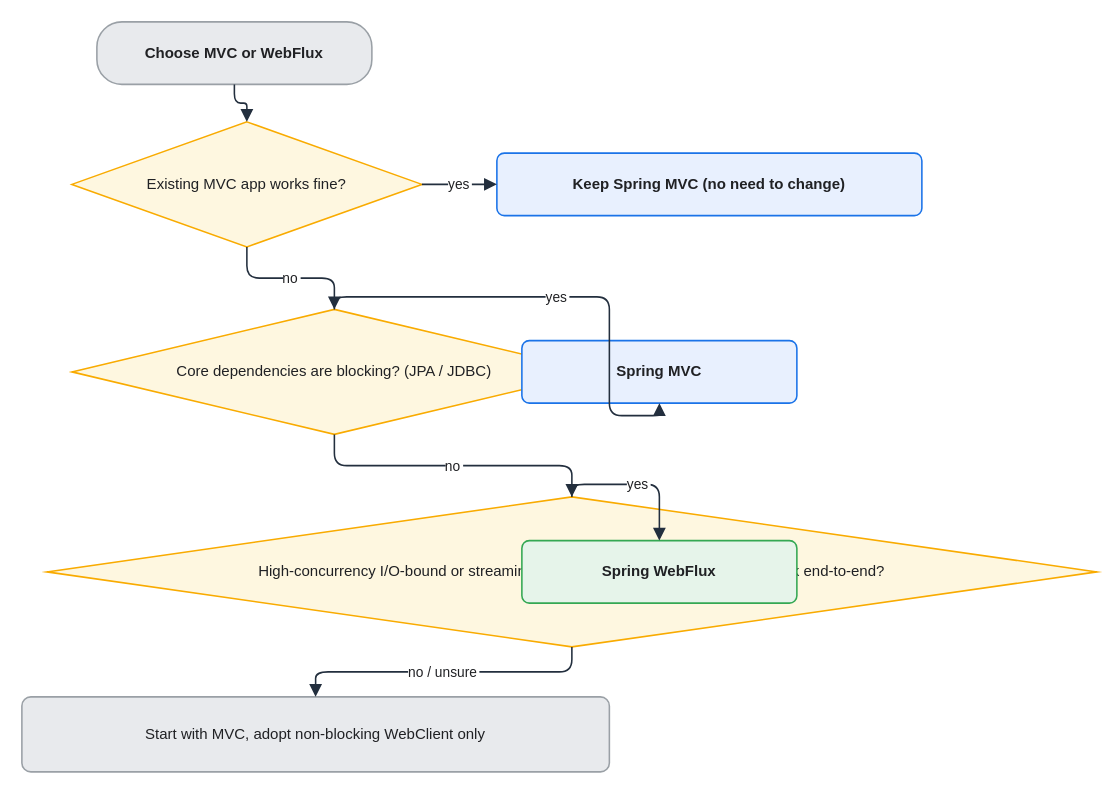
Above: assets/img/spring/spring-14-when-to-use.drawio in KKamJi98/kkamji98.github.io (draw.io), before the change. Source tidied: cells renumbered, new cells numbered last; positions are measured from the earlier drawing's top-left corner, leaving out a move shared by most shapes. Both pictures are drawn from the tidied source at 125%, with x=0, y=0 at pixel (21, 21).
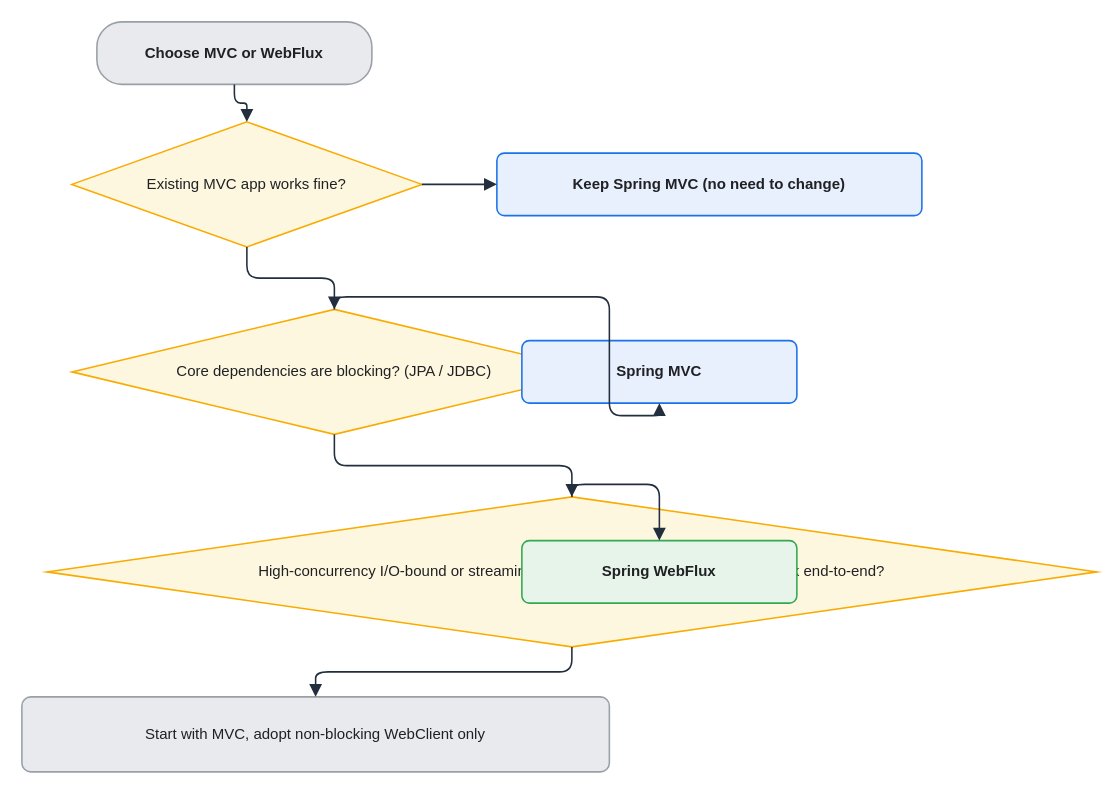
After the change.

Change to the diagram source:
```diff
@@
 <mxGraphModel background="#FFFFFF">
   <root>
     <mxCell id="0" />
     <mxCell id="1" parent="0" />
     <mxCell id="2" value="Choose MVC or WebFlux" style="rounded=1;whiteSpace=wrap;html=0;arcSize=40;shadow=0;fillColor=#E8EAED;strokeColor=#9AA0A6;fontColor=#202124;fontStyle=1;strokeWidth=1.25;" parent="1" vertex="1">
       <mxGeometry x="60" width="220" height="50" as="geometry" />
     </mxCell>
     <mxCell id="3" value="Existing MVC app works fine?" style="rhombus;whiteSpace=wrap;html=0;shadow=0;fillColor=#FEF7E0;strokeColor=#F9AB00;fontColor=#202124;strokeWidth=1.25;" parent="1" vertex="1">
       <mxGeometry x="40" y="80" width="280" height="100" as="geometry" />
     </mxCell>
     <mxCell id="4" value="Keep Spring MVC (no need to change)" style="rounded=1;whiteSpace=wrap;html=0;arcSize=12;shadow=0;fillColor=#E8F0FE;strokeColor=#1A73E8;fontColor=#202124;fontStyle=1;strokeWidth=1.25;" parent="1" vertex="1">
       <mxGeometry x="380" y="105" width="340" height="50" as="geometry" />
     </mxCell>
     <mxCell id="5" value="Core dependencies are blocking? (JPA / JDBC)" style="rhombus;whiteSpace=wrap;html=0;shadow=0;fillColor=#FEF7E0;strokeColor=#F9AB00;fontColor=#202124;strokeWidth=1.25;" parent="1" vertex="1">
       <mxGeometry x="40" y="230" width="420" height="100" as="geometry" />
     </mxCell>
     <mxCell id="6" value="Spring MVC" style="rounded=1;whiteSpace=wrap;html=0;arcSize=12;shadow=0;fillColor=#E8F0FE;strokeColor=#1A73E8;fontColor=#202124;fontStyle=1;strokeWidth=1.25;" parent="1" vertex="1">
       <mxGeometry x="400" y="255" width="220" height="50" as="geometry" />
     </mxCell>
     <mxCell id="7" value="High-concurrency I/O-bound or streaming, and able to adopt a non-blocking stack end-to-end?" style="rhombus;whiteSpace=wrap;html=0;shadow=0;fillColor=#FEF7E0;strokeColor=#F9AB00;fontColor=#202124;strokeWidth=1.25;" parent="1" vertex="1">
       <mxGeometry x="20" y="380" width="840" height="120" as="geometry" />
     </mxCell>
     <mxCell id="8" value="Spring WebFlux" style="rounded=1;whiteSpace=wrap;html=0;arcSize=12;shadow=0;fillColor=#E6F4EA;strokeColor=#34A853;fontColor=#202124;fontStyle=1;strokeWidth=1.25;" parent="1" vertex="1">
       <mxGeometry x="400" y="415" width="220" height="50" as="geometry" />
     </mxCell>
     <mxCell id="9" value="Start with MVC, adopt non-blocking WebClient only" style="rounded=1;whiteSpace=wrap;html=0;arcSize=12;shadow=0;fillColor=#E8EAED;strokeColor=#9AA0A6;fontColor=#202124;strokeWidth=1.25;" parent="1" vertex="1">
       <mxGeometry y="540" width="470" height="60" as="geometry" />
     </mxCell>
     <mxCell id="10" style="edgeStyle=orthogonalEdgeStyle;rounded=1;html=0;endArrow=block;strokeColor=#232F3E;fontColor=#202124;labelBackgroundColor=none;strokeWidth=1.25;endSize=7;" parent="1" edge="1" source="2" target="3">
       <mxGeometry relative="1" as="geometry" />
     </mxCell>
-    <mxCell id="11" value="yes" style="edgeStyle=orthogonalEdgeStyle;rounded=1;html=0;endArrow=block;strokeColor=#232F3E;fontColor=#202124;labelBackgroundColor=#FFFFFF;strokeWidth=1.25;endSize=7;" parent="1" edge="1" source="3" target="4">
+    <mxCell id="11" style="edgeStyle=orthogonalEdgeStyle;rounded=1;html=0;endArrow=block;strokeColor=#232F3E;fontColor=#202124;labelBackgroundColor=none;strokeWidth=1.25;endSize=7;" parent="1" edge="1" source="3" target="4">
       <mxGeometry relative="1" as="geometry" />
     </mxCell>
-    <mxCell id="12" value="no" style="edgeStyle=orthogonalEdgeStyle;rounded=1;html=0;endArrow=block;strokeColor=#232F3E;fontColor=#202124;labelBackgroundColor=#FFFFFF;strokeWidth=1.25;endSize=7;" parent="1" edge="1" source="3" target="5">
+    <mxCell id="12" style="edgeStyle=orthogonalEdgeStyle;rounded=1;html=0;endArrow=block;strokeColor=#232F3E;fontColor=#202124;labelBackgroundColor=none;strokeWidth=1.25;endSize=7;" parent="1" edge="1" source="3" target="5">
       <mxGeometry relative="1" as="geometry" />
     </mxCell>
-    <mxCell id="13" value="yes" style="edgeStyle=orthogonalEdgeStyle;rounded=1;html=0;endArrow=block;strokeColor=#232F3E;fontColor=#202124;labelBackgroundColor=#FFFFFF;strokeWidth=1.25;endSize=7;" parent="1" edge="1" source="5" target="6">
+    <mxCell id="13" style="edgeStyle=orthogonalEdgeStyle;rounded=1;html=0;endArrow=block;strokeColor=#232F3E;fontColor=#202124;labelBackgroundColor=none;strokeWidth=1.25;endSize=7;" parent="1" edge="1" source="5" target="6">
       <mxGeometry relative="1" as="geometry" />
     </mxCell>
-    <mxCell id="14" value="no" style="edgeStyle=orthogonalEdgeStyle;rounded=1;html=0;endArrow=block;strokeColor=#232F3E;fontColor=#202124;labelBackgroundColor=#FFFFFF;strokeWidth=1.25;endSize=7;" parent="1" edge="1" source="5" target="7">
+    <mxCell id="14" style="edgeStyle=orthogonalEdgeStyle;rounded=1;html=0;endArrow=block;strokeColor=#232F3E;fontColor=#202124;labelBackgroundColor=none;strokeWidth=1.25;endSize=7;" parent="1" edge="1" source="5" target="7">
       <mxGeometry relative="1" as="geometry" />
     </mxCell>
-    <mxCell id="15" value="yes" style="edgeStyle=orthogonalEdgeStyle;rounded=1;html=0;endArrow=block;strokeColor=#232F3E;fontColor=#202124;labelBackgroundColor=#FFFFFF;strokeWidth=1.25;endSize=7;" parent="1" edge="1" source="7" target="8">
+    <mxCell id="15" style="edgeStyle=orthogonalEdgeStyle;rounded=1;html=0;endArrow=block;strokeColor=#232F3E;fontColor=#202124;labelBackgroundColor=none;strokeWidth=1.25;endSize=7;" parent="1" edge="1" source="7" target="8">
       <mxGeometry relative="1" as="geometry" />
     </mxCell>
-    <mxCell id="16" value="no / unsure" style="edgeStyle=orthogonalEdgeStyle;rounded=1;html=0;endArrow=block;strokeColor=#232F3E;fontColor=#202124;labelBackgroundColor=#FFFFFF;strokeWidth=1.25;endSize=7;" parent="1" edge="1" source="7" target="9">
+    <mxCell id="16" style="edgeStyle=orthogonalEdgeStyle;rounded=1;html=0;endArrow=block;strokeColor=#232F3E;fontColor=#202124;labelBackgroundColor=none;strokeWidth=1.25;endSize=7;" parent="1" edge="1" source="7" target="9">
       <mxGeometry relative="1" as="geometry" />
     </mxCell>
   </root>
 </mxGraphModel>
```
